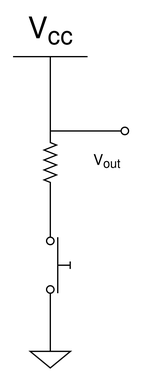
Above: practica01/img/pull_down.png in GamaRL/LabDDM (draw.io), before the change. Source tidied: cells renumbered, new cells last; positions are measured from the earlier drawing's top-left corner, leaving out a move shared by most shapes. The source it was exported from:
```xml
<mxGraphModel>
  <root>
    <mxCell id="0" />
    <mxCell id="1" parent="0" />
    <mxCell id="2" style="edgeStyle=orthogonalEdgeStyle;rounded=0;jettySize=auto;html=1;exitX=0;exitY=0.8;exitDx=0;exitDy=0;entryX=0.5;entryY=0;entryDx=0;entryDy=0;entryPerimeter=0;endArrow=none;endFill=0;" parent="1" edge="1" target="5">
      <mxGeometry relative="1" as="geometry">
        <mxPoint x="30" y="60" as="sourcePoint" />
      </mxGeometry>
    </mxCell>
    <mxCell id="3" style="edgeStyle=orthogonalEdgeStyle;rounded=0;orthogonalLoop=1;jettySize=auto;html=1;exitX=0;exitY=0.5;exitDx=0;exitDy=0;exitPerimeter=0;entryX=1;entryY=0.8;entryDx=0;entryDy=0;endArrow=none;endFill=0;" parent="1" edge="1">
      <mxGeometry relative="1" as="geometry">
        <mxPoint x="30" y="130" as="sourcePoint" />
        <mxPoint x="30" y="110" as="targetPoint" />
      </mxGeometry>
    </mxCell>
    <mxCell id="4" style="edgeStyle=orthogonalEdgeStyle;rounded=0;jettySize=auto;html=1;exitX=1;exitY=0.5;exitDx=0;exitDy=0;exitPerimeter=0;entryX=0.5;entryY=0;entryDx=0;entryDy=0;entryPerimeter=0;endArrow=none;endFill=0;" parent="1" edge="1" target="6">
      <mxGeometry relative="1" as="geometry">
        <mxPoint x="30" y="205" as="sourcePoint" />
      </mxGeometry>
    </mxCell>
    <mxCell id="5" value="V&lt;sub&gt;cc&lt;/sub&gt;" style="verticalLabelPosition=top;verticalAlign=bottom;shape=mxgraph.electrical.signal_sources.vdd;shadow=0;dashed=0;align=center;strokeWidth=1;fontSize=24;html=1;flipV=1;" parent="1" vertex="1">
      <mxGeometry width="60" height="40" as="geometry" />
    </mxCell>
    <mxCell id="6" style="verticalLabelPosition=bottom;shadow=0;dashed=0;align=center;html=1;verticalAlign=top;shape=mxgraph.electrical.signal_sources.signal_ground;" parent="1" vertex="1">
      <mxGeometry x="13.8" y="230" width="32.5" height="20" as="geometry" />
    </mxCell>
    <mxCell id="7" style="shape=mxgraph.electrical.electro-mechanical.pushbutton;elSwitchState=off;direction=south;" parent="1" vertex="1">
      <mxGeometry x="26" y="130" width="20" height="75" as="geometry" />
    </mxCell>
    <mxCell id="8" style="verticalLabelPosition=bottom;shadow=0;dashed=0;align=center;html=1;verticalAlign=top;shape=mxgraph.electrical.resistors.resistor_2;direction=south;" parent="1" vertex="1">
      <mxGeometry x="25" y="60" width="10" height="50" as="geometry" />
    </mxCell>
    <mxCell id="9" style="endArrow=oval;html=1;rounded=0;exitX=0;exitY=0.5;exitDx=0;exitDy=0;exitPerimeter=0;endFill=0;" parent="1" edge="1">
      <mxGeometry relative="1" as="geometry">
        <mxPoint x="30" y="59.7" as="sourcePoint" />
        <mxPoint x="90" y="59.7" as="targetPoint" />
      </mxGeometry>
    </mxCell>
    <mxCell id="10" value="V&lt;sub&gt;out&lt;/sub&gt;" style="text;html=1;strokeColor=none;fillColor=none;align=center;verticalAlign=middle;whiteSpace=wrap;rounded=0;" parent="1" vertex="1">
      <mxGeometry x="46.2" y="70" width="60" height="30" as="geometry" />
    </mxCell>
  </root>
</mxGraphModel>
```
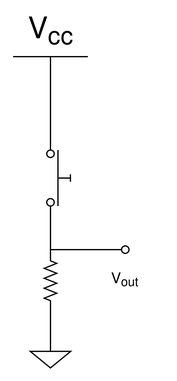
Above is the later version.

Change to the diagram source:
```diff
@@ -2,42 +2,34 @@
   <root>
     <mxCell id="0" />
     <mxCell id="1" parent="0" />
-    <mxCell id="2" style="edgeStyle=orthogonalEdgeStyle;rounded=0;jettySize=auto;html=1;exitX=0;exitY=0.8;exitDx=0;exitDy=0;entryX=0.5;entryY=0;entryDx=0;entryDy=0;entryPerimeter=0;endArrow=none;endFill=0;" parent="1" edge="1" target="5">
-      <mxGeometry relative="1" as="geometry">
-        <mxPoint x="30" y="60" as="sourcePoint" />
-      </mxGeometry>
+    <mxCell id="2" style="edgeStyle=orthogonalEdgeStyle;rounded=0;jettySize=auto;html=1;exitX=0;exitY=0.8;exitDx=0;exitDy=0;entryX=0.5;entryY=0;entryDx=0;entryDy=0;entryPerimeter=0;endArrow=none;endFill=0;" parent="1" edge="1" source="3" target="7">
+      <mxGeometry relative="1" as="geometry" />
     </mxCell>
-    <mxCell id="3" style="edgeStyle=orthogonalEdgeStyle;rounded=0;orthogonalLoop=1;jettySize=auto;html=1;exitX=0;exitY=0.5;exitDx=0;exitDy=0;exitPerimeter=0;entryX=1;entryY=0.8;entryDx=0;entryDy=0;endArrow=none;endFill=0;" parent="1" edge="1">
-      <mxGeometry relative="1" as="geometry">
-        <mxPoint x="30" y="130" as="sourcePoint" />
-        <mxPoint x="30" y="110" as="targetPoint" />
-      </mxGeometry>
+    <mxCell id="3" style="shape=mxgraph.electrical.electro-mechanical.pushbutton;elSwitchState=off;direction=south;" parent="1" vertex="1">
+      <mxGeometry x="-144" y="60" width="20" height="75" as="geometry" />
     </mxCell>
-    <mxCell id="4" style="edgeStyle=orthogonalEdgeStyle;rounded=0;jettySize=auto;html=1;exitX=1;exitY=0.5;exitDx=0;exitDy=0;exitPerimeter=0;entryX=0.5;entryY=0;entryDx=0;entryDy=0;entryPerimeter=0;endArrow=none;endFill=0;" parent="1" edge="1" target="6">
-      <mxGeometry relative="1" as="geometry">
-        <mxPoint x="30" y="205" as="sourcePoint" />
-      </mxGeometry>
+    <mxCell id="4" style="edgeStyle=orthogonalEdgeStyle;rounded=0;jettySize=auto;html=1;exitX=0;exitY=0.5;exitDx=0;exitDy=0;exitPerimeter=0;entryX=1;entryY=0.8;entryDx=0;entryDy=0;endArrow=none;endFill=0;" parent="1" edge="1" source="6" target="3">
+      <mxGeometry relative="1" as="geometry" />
     </mxCell>
-    <mxCell id="5" value="V&lt;sub&gt;cc&lt;/sub&gt;" style="verticalLabelPosition=top;verticalAlign=bottom;shape=mxgraph.electrical.signal_sources.vdd;shadow=0;dashed=0;align=center;strokeWidth=1;fontSize=24;html=1;flipV=1;" parent="1" vertex="1">
-      <mxGeometry width="60" height="40" as="geometry" />
+    <mxCell id="5" style="edgeStyle=orthogonalEdgeStyle;rounded=0;jettySize=auto;html=1;exitX=1;exitY=0.5;exitDx=0;exitDy=0;exitPerimeter=0;entryX=0.5;entryY=0;entryDx=0;entryDy=0;entryPerimeter=0;endArrow=none;endFill=0;" parent="1" edge="1" source="6" target="8">
+      <mxGeometry relative="1" as="geometry" />
     </mxCell>
-    <mxCell id="6" style="verticalLabelPosition=bottom;shadow=0;dashed=0;align=center;html=1;verticalAlign=top;shape=mxgraph.electrical.signal_sources.signal_ground;" parent="1" vertex="1">
-      <mxGeometry x="13.8" y="230" width="32.5" height="20" as="geometry" />
+    <mxCell id="6" style="verticalLabelPosition=bottom;shadow=0;dashed=0;align=center;html=1;verticalAlign=top;shape=mxgraph.electrical.resistors.resistor_2;direction=south;" parent="1" vertex="1">
+      <mxGeometry x="-145" y="155" width="10" height="50" as="geometry" />
     </mxCell>
-    <mxCell id="7" style="shape=mxgraph.electrical.electro-mechanical.pushbutton;elSwitchState=off;direction=south;" parent="1" vertex="1">
-      <mxGeometry x="26" y="130" width="20" height="75" as="geometry" />
+    <mxCell id="7" value="V&lt;sub&gt;cc&lt;/sub&gt;" style="verticalLabelPosition=top;verticalAlign=bottom;shape=mxgraph.electrical.signal_sources.vdd;shadow=0;dashed=0;align=center;strokeWidth=1;fontSize=24;html=1;flipV=1;" parent="1" vertex="1">
+      <mxGeometry x="-170" width="60" height="40" as="geometry" />
     </mxCell>
-    <mxCell id="8" style="verticalLabelPosition=bottom;shadow=0;dashed=0;align=center;html=1;verticalAlign=top;shape=mxgraph.electrical.resistors.resistor_2;direction=south;" parent="1" vertex="1">
-      <mxGeometry x="25" y="60" width="10" height="50" as="geometry" />
+    <mxCell id="8" style="verticalLabelPosition=bottom;shadow=0;dashed=0;align=center;html=1;verticalAlign=top;shape=mxgraph.electrical.signal_sources.signal_ground;" parent="1" vertex="1">
+      <mxGeometry x="-156.2" y="230" width="32.5" height="20" as="geometry" />
     </mxCell>
-    <mxCell id="9" style="endArrow=oval;html=1;rounded=0;exitX=0;exitY=0.5;exitDx=0;exitDy=0;exitPerimeter=0;endFill=0;" parent="1" edge="1">
+    <mxCell id="9" style="endArrow=oval;html=1;rounded=0;exitX=0;exitY=0.5;exitDx=0;exitDy=0;exitPerimeter=0;endFill=0;" parent="1" edge="1" source="6">
       <mxGeometry relative="1" as="geometry">
-        <mxPoint x="30" y="59.7" as="sourcePoint" />
-        <mxPoint x="90" y="59.7" as="targetPoint" />
+        <mxPoint x="-80" y="155" as="targetPoint" />
       </mxGeometry>
     </mxCell>
     <mxCell id="10" value="V&lt;sub&gt;out&lt;/sub&gt;" style="text;html=1;strokeColor=none;fillColor=none;align=center;verticalAlign=middle;whiteSpace=wrap;rounded=0;" parent="1" vertex="1">
-      <mxGeometry x="46.2" y="70" width="60" height="30" as="geometry" />
+      <mxGeometry x="-110" y="165" width="60" height="30" as="geometry" />
     </mxCell>
   </root>
 </mxGraphModel>
```
